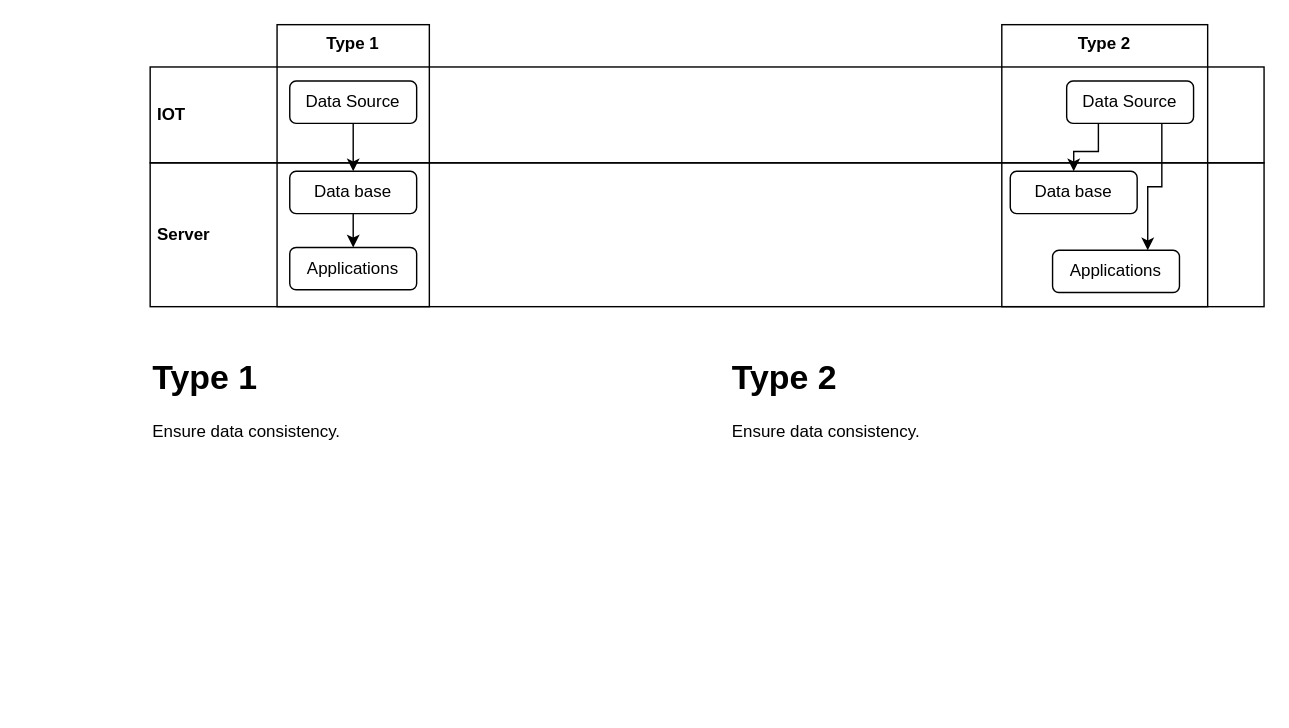
Bugging-Bot/vue-enterprise-boilerplate keeps this draw.io diagram as page "Architecture Evaluations" (3 of 4) of docs/VueBoilerPlateArchitecture.drawio. Above is the earlier version. Source tidied: cells renumbered, new cells numbered last; positions are measured from the earlier drawing's top-left corner, leaving out a move shared by most shapes. Both pictures are drawn from the tidied source at 141%, with x=0, y=0 at pixel (149, 24).
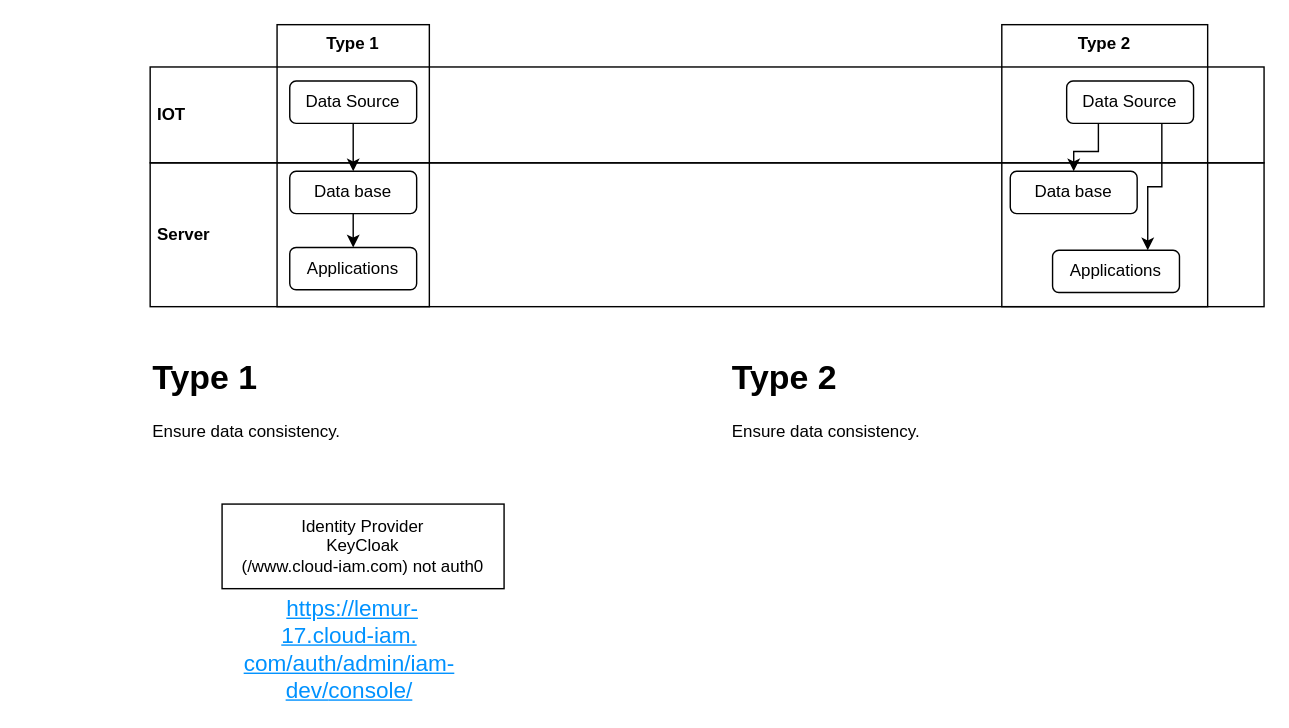
The same diagram, later.

Change to the diagram source:
```diff
@@
 <mxGraphModel>
   <root>
     <mxCell id="0" />
     <mxCell id="1" parent="0" />
     <mxCell id="2" style="edgeStyle=orthogonalEdgeStyle;rounded=0;jettySize=auto;html=1;" parent="1" edge="1" source="3" target="5">
       <mxGeometry relative="1" as="geometry" />
     </mxCell>
     <mxCell id="3" value="Data Source" style="rounded=1;whiteSpace=wrap;html=1;" parent="1" vertex="1">
       <mxGeometry x="99" y="40" width="90" height="30" as="geometry" />
     </mxCell>
     <mxCell id="4" style="edgeStyle=orthogonalEdgeStyle;rounded=0;jettySize=auto;html=1;" parent="1" edge="1" source="5" target="6">
       <mxGeometry relative="1" as="geometry" />
     </mxCell>
     <mxCell id="5" value="Data base" style="rounded=1;whiteSpace=wrap;html=1;" parent="1" vertex="1">
       <mxGeometry x="99" y="104" width="90" height="30" as="geometry" />
     </mxCell>
     <mxCell id="6" value="Applications" style="rounded=1;whiteSpace=wrap;html=1;" parent="1" vertex="1">
       <mxGeometry x="99" y="158" width="90" height="30" as="geometry" />
     </mxCell>
     <mxCell id="7" style="edgeStyle=orthogonalEdgeStyle;rounded=0;jettySize=auto;html=1;exitX=0.25;exitY=1;exitDx=0;exitDy=0;" parent="1" edge="1" source="9" target="10">
       <mxGeometry relative="1" as="geometry" />
     </mxCell>
     <mxCell id="8" style="edgeStyle=orthogonalEdgeStyle;rounded=0;jettySize=auto;html=1;entryX=0.75;entryY=0;entryDx=0;entryDy=0;exitX=0.75;exitY=1;exitDx=0;exitDy=0;" parent="1" edge="1" source="9" target="11">
       <mxGeometry relative="1" as="geometry" />
     </mxCell>
     <mxCell id="9" value="Data Source" style="rounded=1;whiteSpace=wrap;html=1;" parent="1" vertex="1">
       <mxGeometry x="650" y="40" width="90" height="30" as="geometry" />
     </mxCell>
     <mxCell id="10" value="Data base" style="rounded=1;whiteSpace=wrap;html=1;" parent="1" vertex="1">
       <mxGeometry x="610" y="104" width="90" height="30" as="geometry" />
     </mxCell>
     <mxCell id="11" value="Applications" style="rounded=1;whiteSpace=wrap;html=1;" parent="1" vertex="1">
       <mxGeometry x="640" y="160" width="90" height="30" as="geometry" />
     </mxCell>
     <mxCell id="12" value="&lt;b&gt;&amp;nbsp;Server&lt;/b&gt;" style="rounded=0;whiteSpace=wrap;html=1;fillColor=none;align=left;" parent="1" vertex="1">
       <mxGeometry y="98" width="790" height="102" as="geometry" />
     </mxCell>
     <mxCell id="13" value="&lt;b&gt;&amp;nbsp;IOT&lt;/b&gt;" style="rounded=0;whiteSpace=wrap;html=1;fillColor=none;align=left;" parent="1" vertex="1">
       <mxGeometry y="30" width="790" height="68" as="geometry" />
     </mxCell>
     <mxCell id="14" value="&lt;b&gt;Type 1&lt;/b&gt;" style="rounded=0;whiteSpace=wrap;html=1;fillColor=none;verticalAlign=top;" parent="1" vertex="1">
       <mxGeometry x="90" width="108" height="200" as="geometry" />
     </mxCell>
     <mxCell id="15" value="&lt;b&gt;Type 2&lt;/b&gt;" style="rounded=0;whiteSpace=wrap;html=1;fillColor=none;verticalAlign=top;" parent="1" vertex="1">
       <mxGeometry x="604" width="146" height="200" as="geometry" />
     </mxCell>
     <mxCell id="16" value="&lt;h1 style=&quot;margin-top: 0px;&quot;&gt;Type 1&lt;/h1&gt;&lt;p&gt;Ensure data consistency.&lt;/p&gt;" style="text;html=1;whiteSpace=wrap;overflow=hidden;rounded=0;" parent="1" vertex="1">
       <mxGeometry y="230" width="371" height="120" as="geometry" />
     </mxCell>
     <mxCell id="17" value="&lt;h1 style=&quot;margin-top: 0px;&quot;&gt;Type 2&lt;/h1&gt;&lt;p&gt;Ensure data consistency.&lt;/p&gt;" style="text;html=1;whiteSpace=wrap;overflow=hidden;rounded=0;" parent="1" vertex="1">
       <mxGeometry x="411" y="230" width="379" height="120" as="geometry" />
     </mxCell>
+    <mxCell id="18" value="Identity Provider&lt;div&gt;KeyCloak&lt;/div&gt;&lt;div&gt;(/www.cloud-iam.com) not auth0&lt;/div&gt;" style="whiteSpace=wrap;html=1;" parent="1" vertex="1">
+      <mxGeometry x="51" y="340" width="200" height="60" as="geometry" />
+    </mxCell>
+    <mxCell id="19" value="&lt;span style=&quot;color: rgb(59, 63, 68); font-family: arial, helvetica, sans-serif; font-size: 16px; text-align: left; text-wrap-mode: wrap; background-color: rgb(255, 255, 255);&quot;&gt;&amp;nbsp;&lt;/span&gt;&lt;a style=&quot;color: rgb(0, 146, 255); font-family: arial, helvetica, sans-serif; font-size: 16px; text-align: left; text-wrap-mode: wrap; background-color: rgb(255, 255, 255);&quot; target=&quot;_blank&quot; title=&quot;https://lemur-17.cloud-iam.com/auth/admin/iam-dev/console/&quot; href=&quot;https://lemur-17.cloud-iam.com/auth/admin/iam-dev/console/&quot;&gt;https://lemur-17.cloud-iam.&lt;wbr&gt;com/auth/admin/iam-dev/&lt;wbr&gt;console/&lt;/a&gt;" style="text;html=1;align=center;verticalAlign=middle;strokeColor=none;fillColor=none;" parent="1" vertex="1">
+      <mxGeometry x="-89" y="428" width="460" height="30" as="geometry" />
+    </mxCell>
   </root>
 </mxGraphModel>
```
